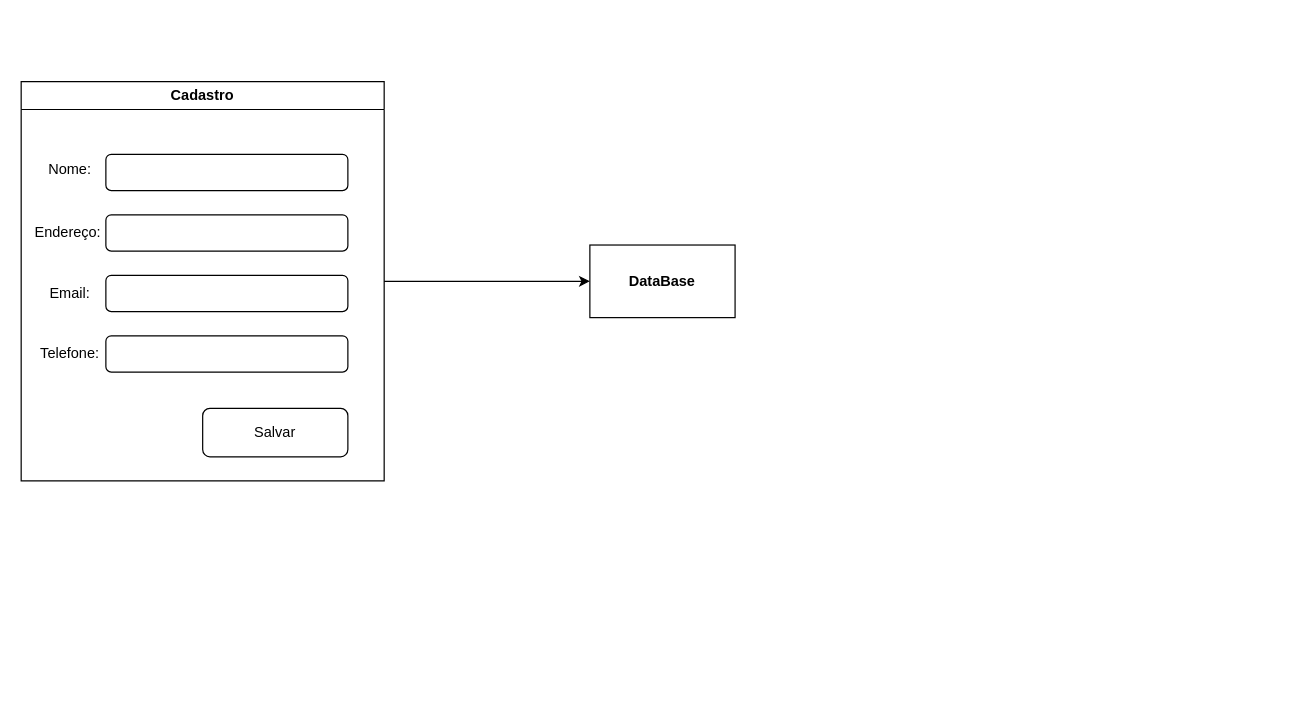
Before: aula-04/Forms_js.drawio in mucasantos/js-libbs-2024, a draw.io diagram. Source tidied: cells renumbered, new cells numbered last; positions are measured from the earlier drawing's top-left corner, leaving out a move shared by most shapes. Both pictures are drawn from the tidied source at 121%, with x=0, y=0 at pixel (21, 81).
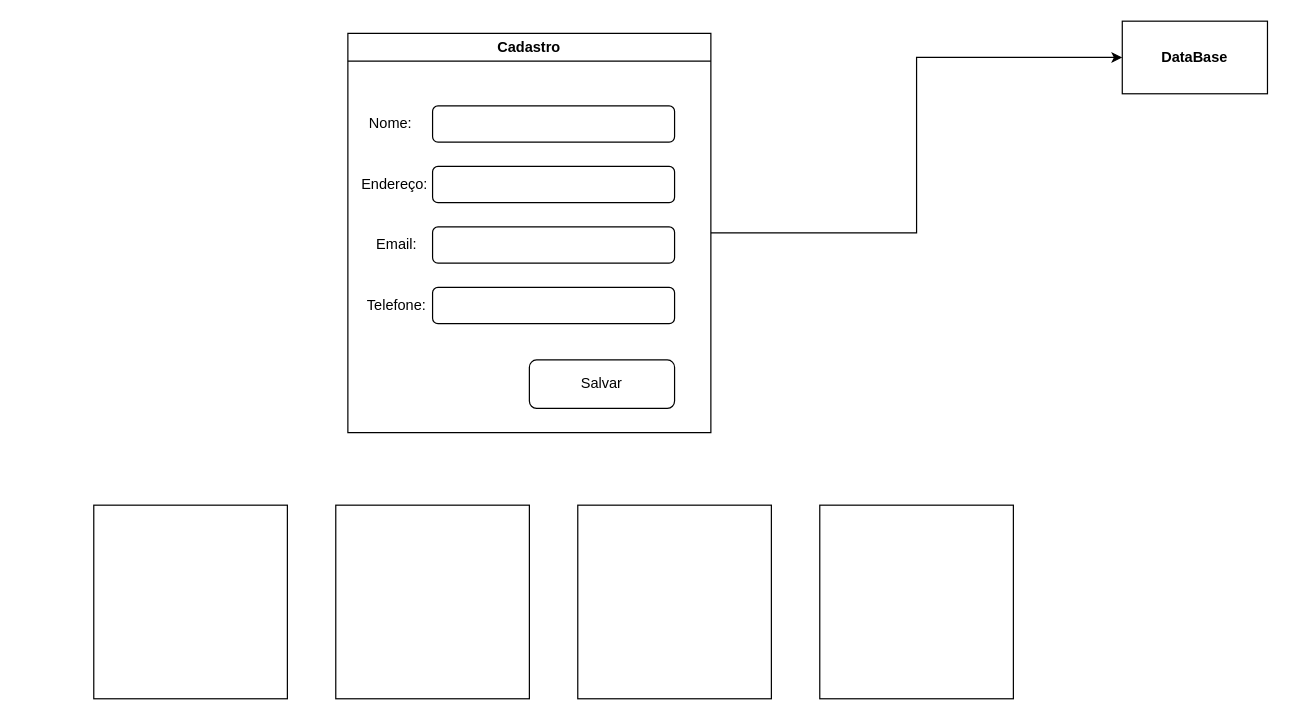
Above is the later version.

Diff of the diagram source:
```diff
@@
 <mxGraphModel>
   <root>
     <mxCell id="0" />
     <mxCell id="1" parent="0" />
     <mxCell id="2" style="edgeStyle=orthogonalEdgeStyle;rounded=0;jettySize=auto;html=1;" parent="1" edge="1" source="3" target="12">
       <mxGeometry relative="1" as="geometry" />
     </mxCell>
     <mxCell id="3" value="Cadastro" style="swimlane;whiteSpace=wrap;html=1;" parent="1" vertex="1">
-      <mxGeometry width="300" height="330" as="geometry" />
+      <mxGeometry x="270" y="-40" width="300" height="330" as="geometry" />
     </mxCell>
     <mxCell id="4" style="rounded=1;whiteSpace=wrap;html=1;" parent="3" vertex="1">
       <mxGeometry x="70" y="60" width="200" height="30" as="geometry" />
     </mxCell>
     <mxCell id="5" style="rounded=1;whiteSpace=wrap;html=1;" parent="3" vertex="1">
       <mxGeometry x="70" y="110" width="200" height="30" as="geometry" />
     </mxCell>
     <mxCell id="6" style="rounded=1;whiteSpace=wrap;html=1;" parent="3" vertex="1">
       <mxGeometry x="70" y="160" width="200" height="30" as="geometry" />
     </mxCell>
     <mxCell id="7" value="Endereço:&amp;nbsp;" style="text;html=1;align=center;verticalAlign=middle;strokeColor=none;fillColor=none;" parent="3" vertex="1">
       <mxGeometry y="110" width="80" height="30" as="geometry" />
     </mxCell>
     <mxCell id="8" value="Email:" style="text;html=1;align=center;verticalAlign=middle;strokeColor=none;fillColor=none;" parent="3" vertex="1">
       <mxGeometry x="10" y="160" width="60" height="30" as="geometry" />
     </mxCell>
     <mxCell id="9" value="Telefone:" style="text;html=1;align=center;verticalAlign=middle;strokeColor=none;fillColor=none;" parent="3" vertex="1">
       <mxGeometry x="5" y="210" width="70" height="30" as="geometry" />
     </mxCell>
     <mxCell id="10" style="rounded=1;whiteSpace=wrap;html=1;" parent="3" vertex="1">
       <mxGeometry x="70" y="210" width="200" height="30" as="geometry" />
     </mxCell>
     <mxCell id="11" value="Salvar" style="rounded=1;whiteSpace=wrap;html=1;" parent="3" vertex="1">
       <mxGeometry x="150" y="270" width="120" height="40" as="geometry" />
     </mxCell>
+    <mxCell id="13" value="Nome:" style="text;html=1;align=center;verticalAlign=middle;strokeColor=none;fillColor=none;" parent="3" vertex="1">
+      <mxGeometry x="5" y="60" width="60" height="30" as="geometry" />
+    </mxCell>
     <mxCell id="12" value="DataBase" style="whiteSpace=wrap;html=1;fontStyle=1;startSize=23;" parent="1" vertex="1">
-      <mxGeometry x="470" y="135" width="120" height="60" as="geometry" />
+      <mxGeometry x="910" y="-50" width="120" height="60" as="geometry" />
     </mxCell>
-    <mxCell id="13" value="Nome:" style="text;html=1;align=center;verticalAlign=middle;strokeColor=none;fillColor=none;" parent="1" vertex="1">
-      <mxGeometry x="10" y="58" width="60" height="30" as="geometry" />
-    </mxCell>
+    <mxCell id="14" style="rounded=0;whiteSpace=wrap;html=1;" parent="1" vertex="1">
+      <mxGeometry x="60" y="350" width="160" height="160" as="geometry" />
+    </mxCell>
+    <mxCell id="15" style="rounded=0;whiteSpace=wrap;html=1;" parent="1" vertex="1">
+      <mxGeometry x="260" y="350" width="160" height="160" as="geometry" />
+    </mxCell>
+    <mxCell id="16" style="rounded=0;whiteSpace=wrap;html=1;" parent="1" vertex="1">
+      <mxGeometry x="460" y="350" width="160" height="160" as="geometry" />
+    </mxCell>
+    <mxCell id="17" style="rounded=0;whiteSpace=wrap;html=1;" parent="1" vertex="1">
+      <mxGeometry x="660" y="350" width="160" height="160" as="geometry" />
+    </mxCell>
   </root>
 </mxGraphModel>
```
